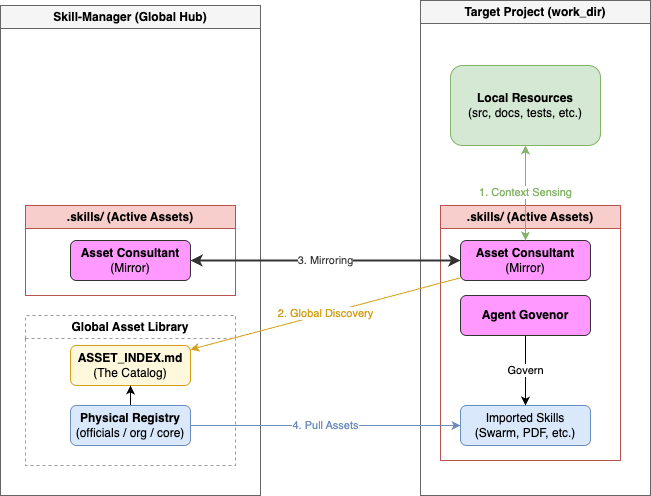
This is docs/architecture-overview.drawio.png from hamataro0710/skill-manager, a draw.io export, as it was before one commit. Source tidied: cells renumbered, new cells last; positions are measured from the earlier drawing's top-left corner, leaving out a move shared by most shapes. The source it was exported from:
```xml
<mxGraphModel>
  <root>
    <mxCell id="0" />
    <mxCell id="1" parent="0" />
    <mxCell id="2" value="Skill-Manager (Global Hub)" style="swimlane;whiteSpace=wrap;html=1;startSize=23;fillColor=#f5f5f5;strokeColor=#666666;" parent="1" vertex="1">
      <mxGeometry y="5" width="260" height="490" as="geometry" />
    </mxCell>
    <mxCell id="3" value=".skills/ (Active Assets)" style="swimlane;whiteSpace=wrap;html=1;startSize=23;fillColor=#f8cecc;strokeColor=#b85450;" parent="2" vertex="1">
      <mxGeometry x="25" y="200" width="210" height="90" as="geometry" />
    </mxCell>
    <mxCell id="4" value="&lt;b&gt;Asset Consultant&lt;/b&gt;&lt;br/&gt;(Mirror)" style="rounded=1;whiteSpace=wrap;html=1;fillColor=#f9f;strokeColor=#333;stroke-width:2;" parent="3" vertex="1">
      <mxGeometry x="45" y="35" width="120" height="40" as="geometry" />
    </mxCell>
    <mxCell id="5" value="Global Asset Library" style="swimlane;whiteSpace=wrap;html=1;startSize=23;dashed=1;fillColor=none;strokeColor=#999999;" parent="2" vertex="1">
      <mxGeometry x="25" y="310" width="210" height="150" as="geometry" />
    </mxCell>
    <mxCell id="6" value="&lt;b&gt;ASSET_INDEX.md&lt;/b&gt;&lt;br/&gt;(The Catalog)" style="rounded=1;whiteSpace=wrap;html=1;fillColor=#fff8dc;strokeColor=#d4a017;" parent="5" vertex="1">
      <mxGeometry x="45" y="30" width="120" height="40" as="geometry" />
    </mxCell>
    <mxCell id="7" style="edgeStyle=none;html=1;" parent="5" edge="1" source="8" target="6">
      <mxGeometry relative="1" as="geometry" />
    </mxCell>
    <mxCell id="8" value="&lt;b&gt;Physical Registry&lt;/b&gt;&lt;br/&gt;(officials / org / core)" style="rounded=1;whiteSpace=wrap;html=1;fillColor=#dae8fc;strokeColor=#6c8ebf;" parent="5" vertex="1">
      <mxGeometry x="45" y="90" width="120" height="40" as="geometry" />
    </mxCell>
    <mxCell id="9" value="Target Project (work_dir)" style="swimlane;whiteSpace=wrap;html=1;startSize=23;fillColor=#f5f5f5;strokeColor=#666666;" parent="1" vertex="1">
      <mxGeometry x="420" width="230" height="495" as="geometry" />
    </mxCell>
    <mxCell id="10" value="&lt;b&gt;Local Resources&lt;/b&gt;&lt;br/&gt;(src, docs, tests, etc.)" style="rounded=1;whiteSpace=wrap;html=1;fillColor=#d5e8d4;strokeColor=#82b366;" parent="9" vertex="1">
      <mxGeometry x="30" y="65" width="150" height="80" as="geometry" />
    </mxCell>
    <mxCell id="11" value=".skills/ (Active Assets)" style="swimlane;whiteSpace=wrap;html=1;startSize=23;fillColor=#f8cecc;strokeColor=#b85450;" parent="9" vertex="1">
      <mxGeometry x="20" y="205" width="180" height="255" as="geometry" />
    </mxCell>
    <mxCell id="12" value="&lt;b&gt;Asset Consultant&lt;/b&gt;&lt;br/&gt;(Mirror)" style="rounded=1;whiteSpace=wrap;html=1;fillColor=#f9f;strokeColor=#333;stroke-width:2;" parent="11" vertex="1">
      <mxGeometry x="20" y="35" width="130" height="40" as="geometry" />
    </mxCell>
    <mxCell id="13" value="Imported Skills&lt;br/&gt;(Swarm, PDF, etc.)" style="rounded=1;whiteSpace=wrap;html=1;fillColor=#dae8fc;strokeColor=#6c8ebf;" parent="11" vertex="1">
      <mxGeometry x="20" y="200" width="130" height="40" as="geometry" />
    </mxCell>
    <mxCell id="14" value="Govern" style="edgeStyle=none;html=1;entryX=0.5;entryY=0;entryDx=0;entryDy=0;" parent="11" edge="1" source="15" target="13">
      <mxGeometry relative="1" as="geometry" />
    </mxCell>
    <mxCell id="15" value="&lt;b&gt;Agent Govenor&lt;/b&gt;" style="rounded=1;whiteSpace=wrap;html=1;fillColor=#f9f;strokeColor=#333;stroke-width:2;" parent="11" vertex="1">
      <mxGeometry x="20" y="90" width="130" height="40" as="geometry" />
    </mxCell>
    <mxCell id="16" value="3. Mirroring" style="endArrow=classic;startArrow=classic;html=1;strokeWidth=2;strokeColor=#333333;fontColor=#333333;" parent="1" edge="1" source="4" target="12">
      <mxGeometry relative="1" as="geometry" />
    </mxCell>
    <mxCell id="17" value="2. Global Discovery" style="endArrow=classic;html=1;strokeColor=#d4a017;fontColor=#d4a017;curved=1;" parent="1" edge="1" source="12" target="6">
      <mxGeometry relative="1" as="geometry" />
    </mxCell>
    <mxCell id="18" value="1. Context Sensing" style="endArrow=classic;startArrow=classic;html=1;strokeColor=#82b366;fontColor=#82b366;" parent="1" edge="1" source="12" target="10">
      <mxGeometry relative="1" as="geometry" />
    </mxCell>
    <mxCell id="19" value="4. Pull Assets" style="endArrow=classic;html=1;strokeColor=#6c8ebf;fontColor=#6c8ebf;" parent="1" edge="1" source="8" target="13">
      <mxGeometry relative="1" as="geometry" />
    </mxCell>
  </root>
</mxGraphModel>
```
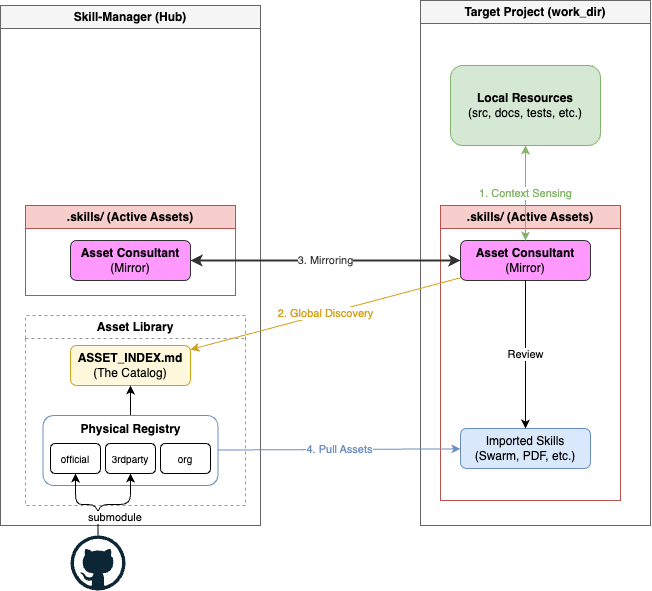
The same file after the commit.

Commit message:
feat: integrate agent-governor into asset-consultant and unify documentation

What changed in the source:
```diff
@@ -2,8 +2,8 @@
   <root>
     <mxCell id="0" />
     <mxCell id="1" parent="0" />
-    <mxCell id="2" value="Skill-Manager (Global Hub)" style="swimlane;whiteSpace=wrap;html=1;startSize=23;fillColor=#f5f5f5;strokeColor=#666666;" parent="1" vertex="1">
-      <mxGeometry y="5" width="260" height="490" as="geometry" />
+    <mxCell id="2" value="Skill-Manager (Hub)" style="swimlane;whiteSpace=wrap;html=1;startSize=23;fillColor=#f5f5f5;strokeColor=#666666;" parent="1" vertex="1">
+      <mxGeometry y="5" width="260" height="520" as="geometry" />
     </mxCell>
     <mxCell id="3" value=".skills/ (Active Assets)" style="swimlane;whiteSpace=wrap;html=1;startSize=23;fillColor=#f8cecc;strokeColor=#b85450;" parent="2" vertex="1">
       <mxGeometry x="25" y="200" width="210" height="90" as="geometry" />
@@ -11,8 +11,8 @@
     <mxCell id="4" value="&lt;b&gt;Asset Consultant&lt;/b&gt;&lt;br/&gt;(Mirror)" style="rounded=1;whiteSpace=wrap;html=1;fillColor=#f9f;strokeColor=#333;stroke-width:2;" parent="3" vertex="1">
       <mxGeometry x="45" y="35" width="120" height="40" as="geometry" />
     </mxCell>
-    <mxCell id="5" value="Global Asset Library" style="swimlane;whiteSpace=wrap;html=1;startSize=23;dashed=1;fillColor=none;strokeColor=#999999;" parent="2" vertex="1">
-      <mxGeometry x="25" y="310" width="210" height="150" as="geometry" />
+    <mxCell id="5" value="Asset Library" style="swimlane;whiteSpace=wrap;html=1;startSize=23;dashed=1;fillColor=none;strokeColor=#999999;" parent="2" vertex="1">
+      <mxGeometry x="25" y="310" width="220" height="190" as="geometry" />
     </mxCell>
     <mxCell id="6" value="&lt;b&gt;ASSET_INDEX.md&lt;/b&gt;&lt;br/&gt;(The Catalog)" style="rounded=1;whiteSpace=wrap;html=1;fillColor=#fff8dc;strokeColor=#d4a017;" parent="5" vertex="1">
       <mxGeometry x="45" y="30" width="120" height="40" as="geometry" />
@@ -20,30 +20,36 @@
     <mxCell id="7" style="edgeStyle=none;html=1;" parent="5" edge="1" source="8" target="6">
       <mxGeometry relative="1" as="geometry" />
     </mxCell>
-    <mxCell id="8" value="&lt;b&gt;Physical Registry&lt;/b&gt;&lt;br/&gt;(officials / org / core)" style="rounded=1;whiteSpace=wrap;html=1;fillColor=#dae8fc;strokeColor=#6c8ebf;" parent="5" vertex="1">
-      <mxGeometry x="45" y="90" width="120" height="40" as="geometry" />
+    <mxCell id="8" value="&lt;b&gt;Physical Registry&lt;/b&gt;" style="rounded=1;whiteSpace=wrap;html=1;fillColor=none;strokeColor=#6c8ebf;verticalAlign=top;" parent="5" vertex="1">
+      <mxGeometry x="17.5" y="100" width="175" height="70" as="geometry" />
     </mxCell>
+    <mxCell id="20" value="official" style="rounded=1;whiteSpace=wrap;html=1;fontSize=10;" parent="5" vertex="1">
+      <mxGeometry x="25" y="128" width="50" height="30" as="geometry" />
+    </mxCell>
+    <mxCell id="21" value="3rdparty" style="rounded=1;whiteSpace=wrap;html=1;fontSize=10;" parent="5" vertex="1">
+      <mxGeometry x="80" y="128" width="50" height="30" as="geometry" />
+    </mxCell>
+    <mxCell id="22" value="org" style="rounded=1;whiteSpace=wrap;html=1;fontSize=10;" parent="5" vertex="1">
+      <mxGeometry x="135" y="128" width="50" height="30" as="geometry" />
+    </mxCell>
     <mxCell id="9" value="Target Project (work_dir)" style="swimlane;whiteSpace=wrap;html=1;startSize=23;fillColor=#f5f5f5;strokeColor=#666666;" parent="1" vertex="1">
-      <mxGeometry x="420" width="230" height="495" as="geometry" />
+      <mxGeometry x="420" width="230" height="525" as="geometry" />
     </mxCell>
     <mxCell id="10" value="&lt;b&gt;Local Resources&lt;/b&gt;&lt;br/&gt;(src, docs, tests, etc.)" style="rounded=1;whiteSpace=wrap;html=1;fillColor=#d5e8d4;strokeColor=#82b366;" parent="9" vertex="1">
       <mxGeometry x="30" y="65" width="150" height="80" as="geometry" />
     </mxCell>
     <mxCell id="11" value=".skills/ (Active Assets)" style="swimlane;whiteSpace=wrap;html=1;startSize=23;fillColor=#f8cecc;strokeColor=#b85450;" parent="9" vertex="1">
-      <mxGeometry x="20" y="205" width="180" height="255" as="geometry" />
+      <mxGeometry x="20" y="205" width="180" height="295" as="geometry" />
     </mxCell>
     <mxCell id="12" value="&lt;b&gt;Asset Consultant&lt;/b&gt;&lt;br/&gt;(Mirror)" style="rounded=1;whiteSpace=wrap;html=1;fillColor=#f9f;strokeColor=#333;stroke-width:2;" parent="11" vertex="1">
       <mxGeometry x="20" y="35" width="130" height="40" as="geometry" />
     </mxCell>
     <mxCell id="13" value="Imported Skills&lt;br/&gt;(Swarm, PDF, etc.)" style="rounded=1;whiteSpace=wrap;html=1;fillColor=#dae8fc;strokeColor=#6c8ebf;" parent="11" vertex="1">
-      <mxGeometry x="20" y="200" width="130" height="40" as="geometry" />
+      <mxGeometry x="20" y="223" width="130" height="40" as="geometry" />
     </mxCell>
-    <mxCell id="14" value="Govern" style="edgeStyle=none;html=1;entryX=0.5;entryY=0;entryDx=0;entryDy=0;" parent="11" edge="1" source="15" target="13">
+    <mxCell id="14" value="Review" style="edgeStyle=none;html=1;entryX=0.5;entryY=0;entryDx=0;entryDy=0;exitX=0.5;exitY=1;exitDx=0;exitDy=0;" parent="11" edge="1" source="12" target="13">
       <mxGeometry relative="1" as="geometry" />
     </mxCell>
-    <mxCell id="15" value="&lt;b&gt;Agent Govenor&lt;/b&gt;" style="rounded=1;whiteSpace=wrap;html=1;fillColor=#f9f;strokeColor=#333;stroke-width:2;" parent="11" vertex="1">
-      <mxGeometry x="20" y="90" width="130" height="40" as="geometry" />
-    </mxCell>
     <mxCell id="16" value="3. Mirroring" style="endArrow=classic;startArrow=classic;html=1;strokeWidth=2;strokeColor=#333333;fontColor=#333333;" parent="1" edge="1" source="4" target="12">
       <mxGeometry relative="1" as="geometry" />
     </mxCell>
@@ -56,5 +62,14 @@
     <mxCell id="19" value="4. Pull Assets" style="endArrow=classic;html=1;strokeColor=#6c8ebf;fontColor=#6c8ebf;" parent="1" edge="1" source="8" target="13">
       <mxGeometry relative="1" as="geometry" />
     </mxCell>
+    <mxCell id="23" style="edgeStyle=orthogonalEdgeStyle;html=1;" parent="1" edge="1" source="25" target="21">
+      <mxGeometry relative="1" as="geometry" />
+    </mxCell>
+    <mxCell id="24" value="submodule" style="edgeStyle=orthogonalEdgeStyle;html=1;entryX=0.5;entryY=1;entryDx=0;entryDy=0;verticalAlign=top;labelPosition=right;verticalLabelPosition=bottom;align=left;" parent="1" edge="1" source="25" target="20">
+      <mxGeometry x="0.01" relative="1" as="geometry" />
+    </mxCell>
+    <mxCell id="25" style="dashed=0;outlineConnect=0;html=1;align=center;labelPosition=center;verticalLabelPosition=bottom;verticalAlign=top;shape=mxgraph.weblogos.github;" parent="1" vertex="1">
+      <mxGeometry x="70" y="535" width="55" height="55" as="geometry" />
+    </mxCell>
   </root>
 </mxGraphModel>
```
